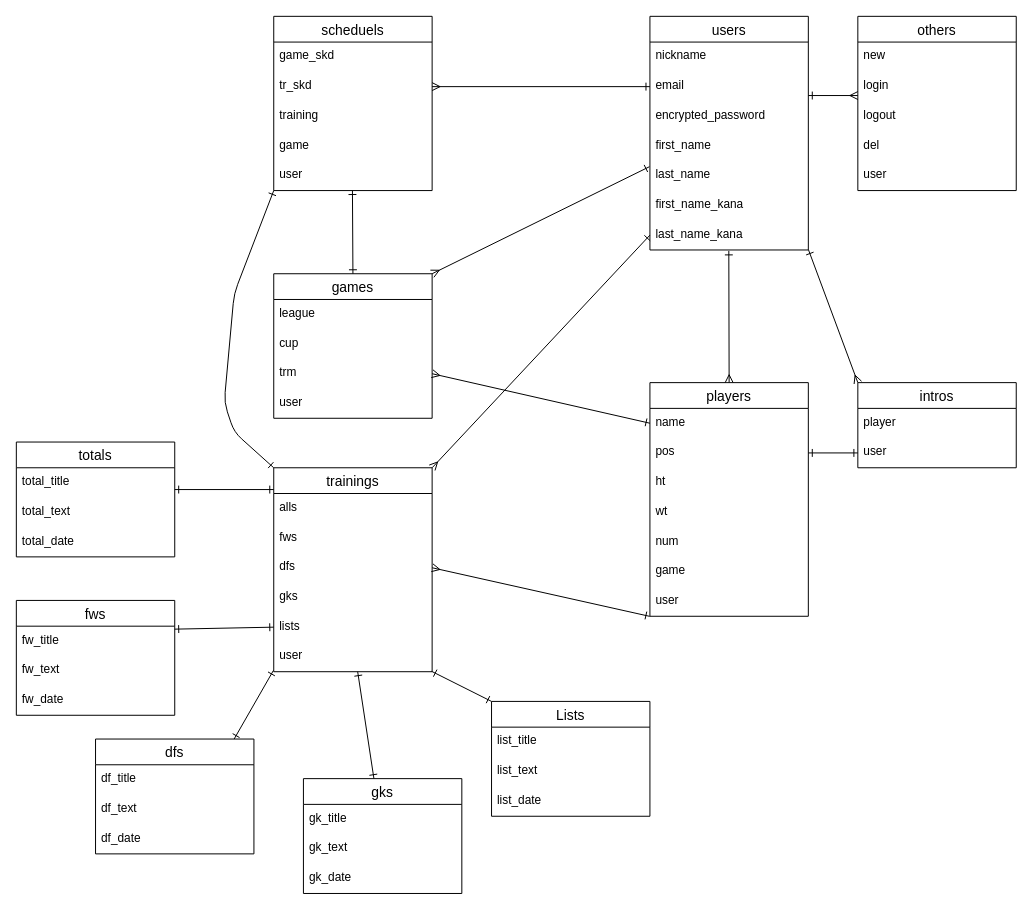
Above: test.dio in 120-seto/teammg (draw.io), before the change. Source tidied: cells renumbered, new cells numbered last; positions are measured from the earlier drawing's top-left corner, leaving out a move shared by most shapes. Both pictures are drawn from the tidied source at 99%, with x=0, y=0 at pixel (16, 16).
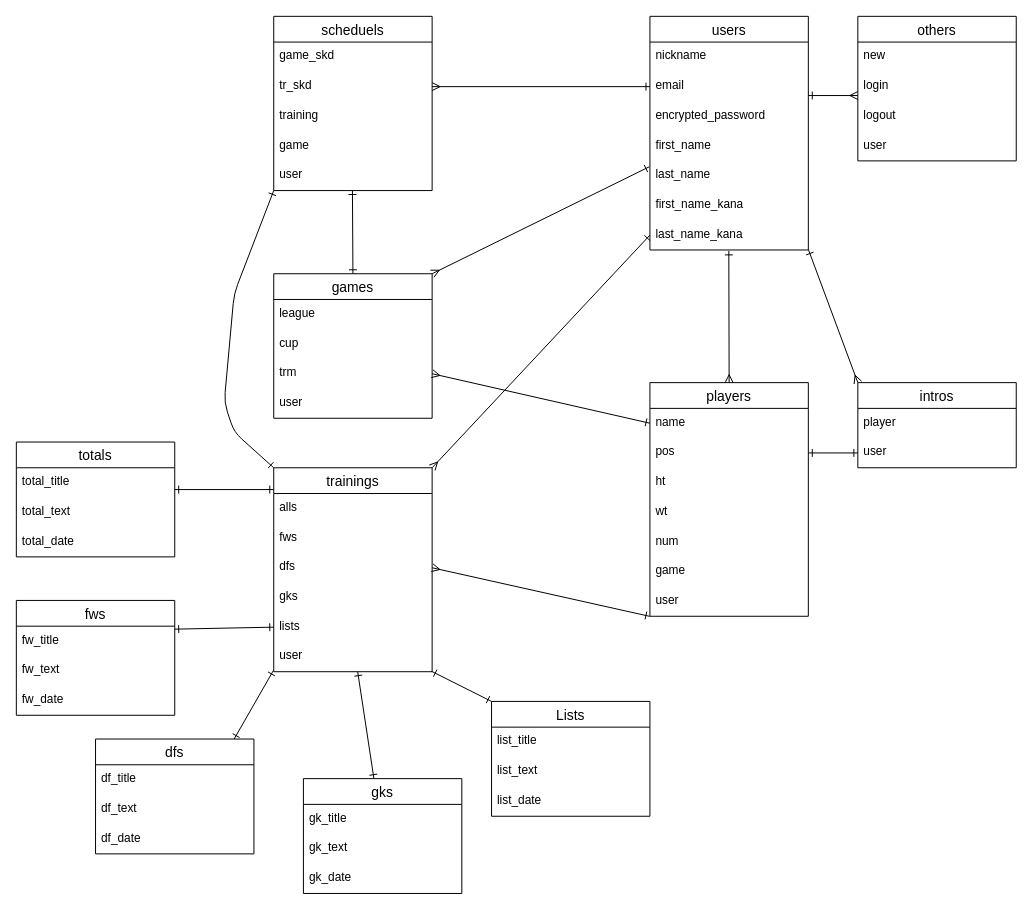
The same page after the edit.

Change to the diagram source:
```diff
@@
     <mxCell id="31" value="others" style="swimlane;fontStyle=0;horizontal=1;startSize=26;align=center;fontSize=14;" parent="1" vertex="1">
-      <mxGeometry x="850" width="160" height="176" as="geometry" />
+      <mxGeometry x="850" width="160" height="146" as="geometry" />
     </mxCell>
@@
-    <mxCell id="36" value="del" style="text;strokeColor=none;fillColor=none;spacingLeft=4;spacingRight=4;overflow=hidden;fontSize=12;" parent="31" vertex="1">
-      <mxGeometry y="116" width="160" height="30" as="geometry" />
-    </mxCell>
     <mxCell id="37" value="user" style="text;strokeColor=none;fillColor=none;spacingLeft=4;spacingRight=4;overflow=hidden;fontSize=12;" parent="31" vertex="1">
-      <mxGeometry y="146" width="160" height="30" as="geometry" />
+      <mxGeometry y="116" width="160" height="30" as="geometry" />
     </mxCell>
```
